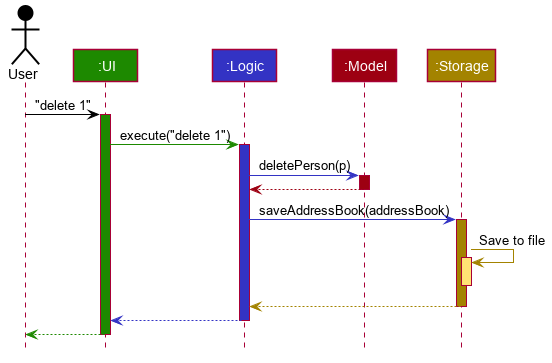
This is docs/images/ArchitectureSequenceDiagram.png from nus-cs2103-AY1920S2/addressbook-level3, a PlantUML export, as it was before one commit.
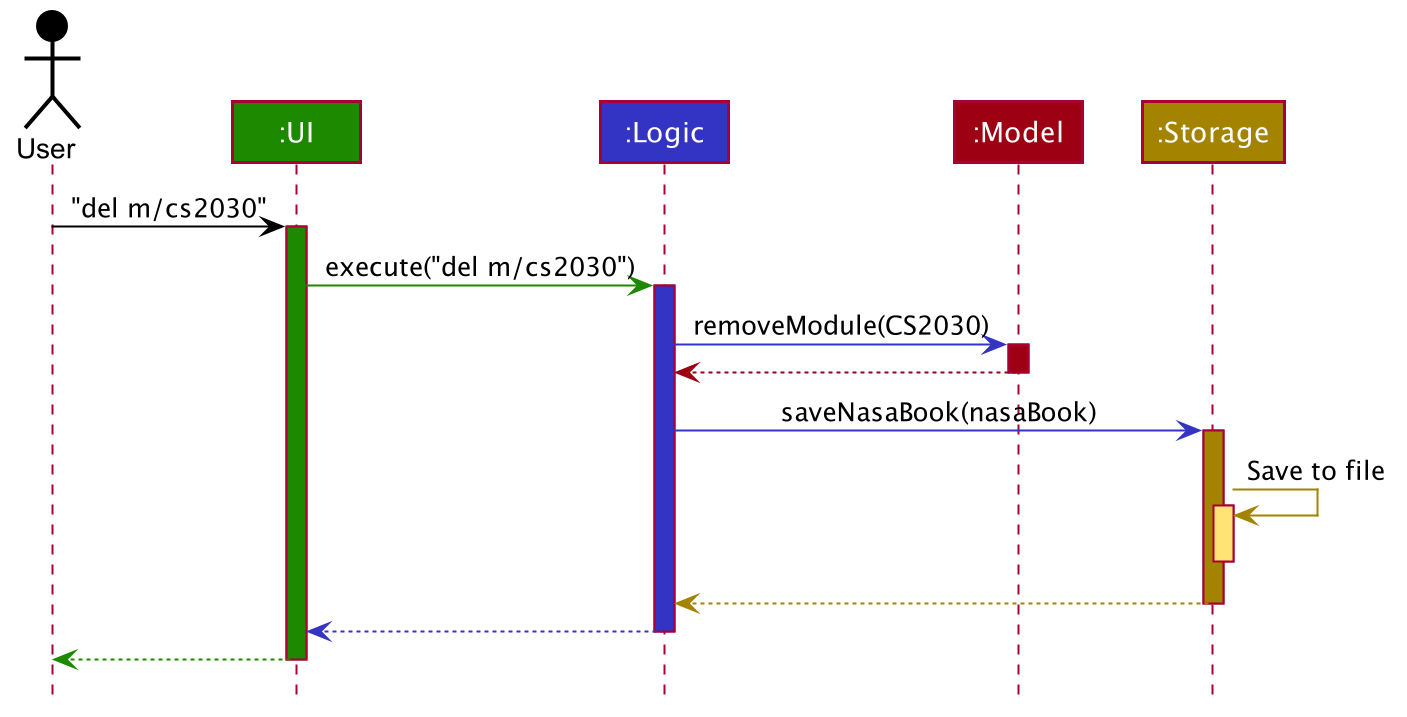
The same file after the commit.

Commit message:
Updated DG UML diagrams

What changed in the source:
```diff
@@ -54,19 +54,19 @@
 Participant ":Model" as model #9D0012
 Participant ":Storage" as storage #A38300
 
-user -[#000000]> ui : "delete 1"
+user -[#000000]> ui : "del m/cs2030"
 activate ui #1D8900
 
-ui -[#1D8900]> logic : execute("delete 1")
+ui -[#1D8900]> logic : execute("del m/cs2030")
 activate logic #3333C4
 
-logic -[#3333C4]> model : deletePerson(p)
+logic -[#3333C4]> model : removeModule(CS2030)
 activate model #9D0012
 
 model -[#9D0012]-> logic
 deactivate model
 
-logic -[#3333C4]> storage : saveAddressBook(addressBook)
+logic -[#3333C4]> storage : saveNasaBook(nasaBook)
 activate storage #A38300
 
 storage -[#A38300]> storage : Save to file
```
